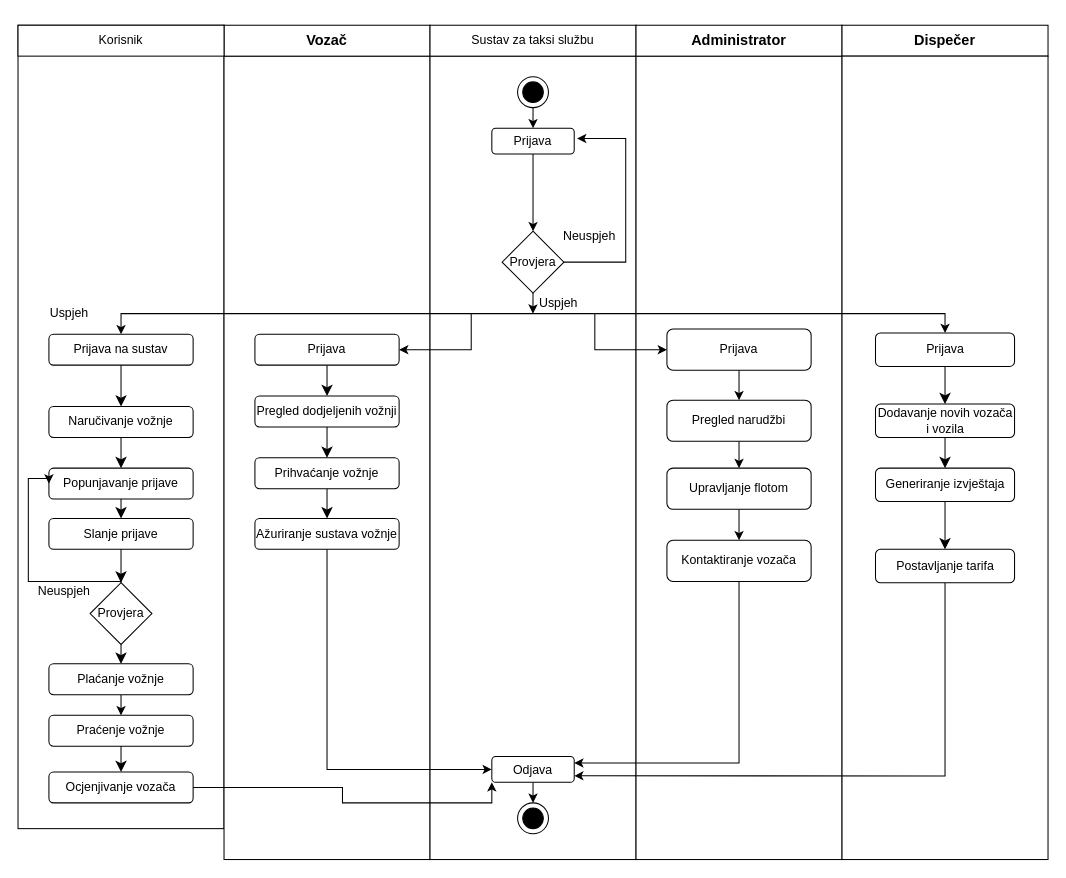
This is 3 Specifikacija dizajna/2. Objektni modeli/1. Dijagram aktivnosti.drawio from AntonioPavkovic/projektiranje_informacijskih_sustava_taksi_sluzba, a draw.io file, before an edit. Source tidied: cells renumbered, new cells numbered last; positions are measured from the earlier drawing's top-left corner, leaving out a move shared by most shapes. Both pictures are drawn from the tidied source at 103%, with x=0, y=0 at pixel (18, 25).
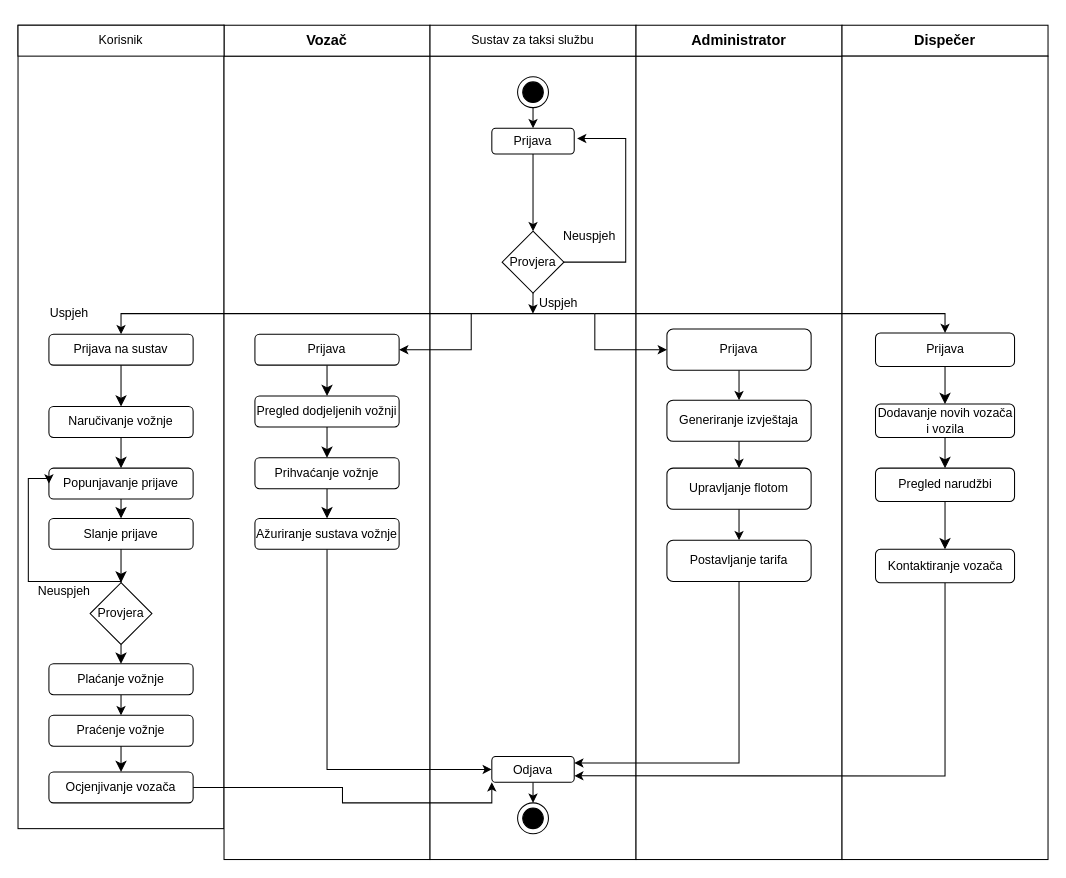
Above is the later version.

The edit, as a diff of the source:
```diff
@@
-    <mxCell id="29" value="Pregled narudžbi" style="rounded=1;whiteSpace=wrap;html=1;" parent="1" vertex="1">
+    <mxCell id="29" value="Generiranje izvještaja" style="rounded=1;whiteSpace=wrap;html=1;" parent="1" vertex="1">
       <mxGeometry x="630" y="364" width="140" height="40" as="geometry" />
     </mxCell>
@@
-    <mxCell id="33" value="Kontaktiranje vozača" style="rounded=1;whiteSpace=wrap;html=1;" parent="1" vertex="1">
+    <mxCell id="33" value="Postavljanje tarifa" style="rounded=1;whiteSpace=wrap;html=1;" parent="1" vertex="1">
       <mxGeometry x="630" y="500" width="140" height="40" as="geometry" />
     </mxCell>
@@
-    <mxCell id="63" value="Generiranje izvještaja" style="rounded=1;whiteSpace=wrap;html=1;" parent="1" vertex="1">
+    <mxCell id="63" value="Pregled narudžbi" style="rounded=1;whiteSpace=wrap;html=1;" parent="1" vertex="1">
       <mxGeometry x="832.5" y="430" width="135" height="32.5" as="geometry" />
     </mxCell>
-    <mxCell id="64" value="Postavljanje tarifa" style="rounded=1;whiteSpace=wrap;html=1;" parent="1" vertex="1">
+    <mxCell id="64" value="Kontaktiranje vozača" style="rounded=1;whiteSpace=wrap;html=1;" parent="1" vertex="1">
       <mxGeometry x="832.5" y="508.8" width="135" height="32.5" as="geometry" />
     </mxCell>
```
